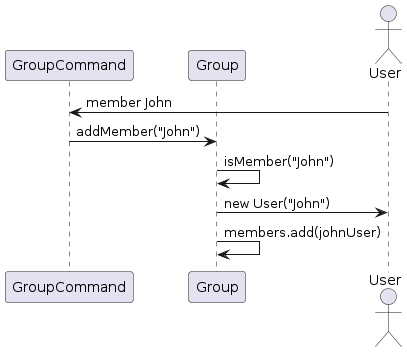
The PlantUML diagram docs/images/addMember1.png in mukund1403/tp, before a commit.
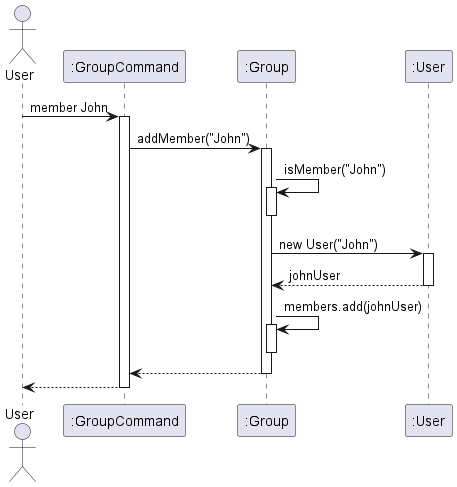
After the change.

The edit, as a diff of the source:
```diff
@@ -1,12 +1,29 @@
 @startuml
 actor User
-participant GroupCommand
-participant Group
-participant User
+participant ":GroupCommand" as GroupCommand
+participant ":Group" as Group
+participant ":User" as JohnUser
 
 User -> GroupCommand: member John
+activate GroupCommand
 GroupCommand -> Group: addMember("John")
+activate Group
+
 Group -> Group: isMember("John")
-Group -> User: new User("John")
+activate Group
+deactivate Group
+
+Group -> JohnUser: new User("John")
+activate JohnUser
+JohnUser --> Group: johnUser
+deactivate JohnUser
+
 Group -> Group: members.add(johnUser)
+activate Group
+deactivate Group
+
+Group --> GroupCommand
+deactivate Group
+GroupCommand --> User
+deactivate GroupCommand
 @enduml
```
